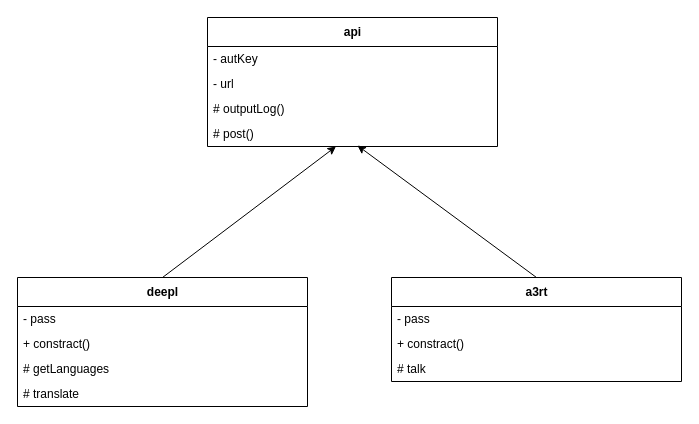
Earlier version of the draw.io diagram problem/problem-8/クラス図.drawio (yuuuuuuuuta-ishi/laravel-practice). Source tidied: cells renumbered, new cells numbered last; positions are measured from the earlier drawing's top-left corner, leaving out a move shared by most shapes. Both pictures are drawn from the tidied source at 100%, with x=0, y=0 at pixel (17, 17).
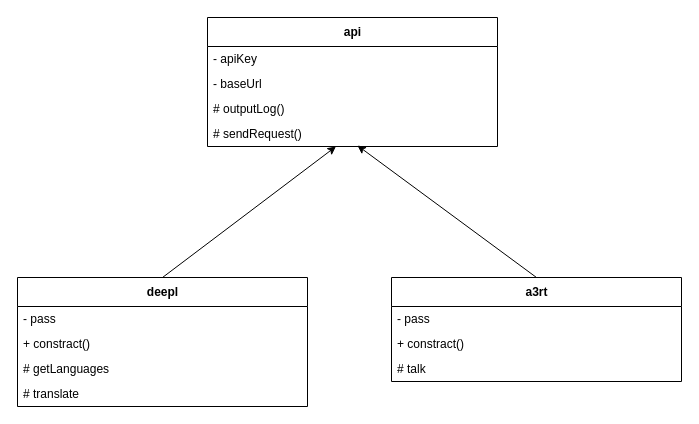
The same page after the edit.

What changed in the source:
```diff
@@
 <mxGraphModel>
   <root>
     <mxCell id="0" />
     <mxCell id="1" parent="0" />
     <mxCell id="2" value="api" style="swimlane;fontStyle=1;align=center;verticalAlign=middle;horizontal=1;startSize=29;html=1;" parent="1" vertex="1">
       <mxGeometry x="190" width="290" height="129" as="geometry" />
     </mxCell>
-    <mxCell id="3" value="- autKey" style="text;html=1;strokeColor=none;fillColor=none;align=left;verticalAlign=middle;spacingLeft=4;spacingRight=4;overflow=hidden;" parent="2" vertex="1">
+    <mxCell id="3" value="- apiKey" style="text;html=1;strokeColor=none;fillColor=none;align=left;verticalAlign=middle;spacingLeft=4;spacingRight=4;overflow=hidden;" parent="2" vertex="1">
       <mxGeometry y="29" width="290" height="25" as="geometry" />
     </mxCell>
-    <mxCell id="4" value="- url" style="text;html=1;strokeColor=none;fillColor=none;align=left;verticalAlign=middle;spacingLeft=4;spacingRight=4;overflow=hidden;" parent="2" vertex="1">
+    <mxCell id="4" value="- baseUrl" style="text;html=1;strokeColor=none;fillColor=none;align=left;verticalAlign=middle;spacingLeft=4;spacingRight=4;overflow=hidden;" parent="2" vertex="1">
       <mxGeometry y="54" width="290" height="25" as="geometry" />
     </mxCell>
     <mxCell id="5" value="# outputLog()" style="text;html=1;strokeColor=none;fillColor=none;align=left;verticalAlign=middle;spacingLeft=4;spacingRight=4;overflow=hidden;" parent="2" vertex="1">
       <mxGeometry y="79" width="290" height="25" as="geometry" />
     </mxCell>
-    <mxCell id="6" value="# post()" style="text;html=1;strokeColor=none;fillColor=none;align=left;verticalAlign=middle;spacingLeft=4;spacingRight=4;overflow=hidden;points=[[0,0.5],[1,0.5]];portConstraint=eastwest;" parent="2" vertex="1">
+    <mxCell id="6" value="# sendRequest()" style="text;html=1;strokeColor=none;fillColor=none;align=left;verticalAlign=middle;spacingLeft=4;spacingRight=4;overflow=hidden;points=[[0,0.5],[1,0.5]];portConstraint=eastwest;" parent="2" vertex="1">
       <mxGeometry y="104" width="290" height="25" as="geometry" />
     </mxCell>
     <mxCell id="7" value="deepl" style="swimlane;fontStyle=1;align=center;verticalAlign=middle;horizontal=1;startSize=29;html=1;" parent="1" vertex="1">
       <mxGeometry y="260" width="290" height="129" as="geometry" />
     </mxCell>
     <mxCell id="8" value="- pass" style="text;html=1;strokeColor=none;fillColor=none;align=left;verticalAlign=middle;spacingLeft=4;spacingRight=4;overflow=hidden;" parent="7" vertex="1">
       <mxGeometry y="29" width="290" height="25" as="geometry" />
     </mxCell>
     <mxCell id="9" value="+ constract()" style="text;html=1;strokeColor=none;fillColor=none;align=left;verticalAlign=middle;spacingLeft=4;spacingRight=4;overflow=hidden;" parent="7" vertex="1">
       <mxGeometry y="54" width="290" height="25" as="geometry" />
     </mxCell>
     <mxCell id="10" value="# getLanguages" style="text;html=1;strokeColor=none;fillColor=none;align=left;verticalAlign=middle;spacingLeft=4;spacingRight=4;overflow=hidden;" parent="7" vertex="1">
       <mxGeometry y="79" width="290" height="25" as="geometry" />
     </mxCell>
     <mxCell id="11" value="#&amp;nbsp;translate" style="text;html=1;strokeColor=none;fillColor=none;align=left;verticalAlign=middle;spacingLeft=4;spacingRight=4;overflow=hidden;" parent="7" vertex="1">
       <mxGeometry y="104" width="290" height="25" as="geometry" />
     </mxCell>
     <mxCell id="12" value="a3rt" style="swimlane;fontStyle=1;align=center;verticalAlign=middle;horizontal=1;startSize=29;html=1;" parent="1" vertex="1">
       <mxGeometry x="374" y="260" width="290" height="104" as="geometry" />
     </mxCell>
     <mxCell id="13" value="- pass" style="text;html=1;strokeColor=none;fillColor=none;align=left;verticalAlign=middle;spacingLeft=4;spacingRight=4;overflow=hidden;" parent="12" vertex="1">
       <mxGeometry y="29" width="290" height="25" as="geometry" />
     </mxCell>
     <mxCell id="14" value="+ constract()" style="text;html=1;strokeColor=none;fillColor=none;align=left;verticalAlign=middle;spacingLeft=4;spacingRight=4;overflow=hidden;" parent="12" vertex="1">
       <mxGeometry y="54" width="290" height="25" as="geometry" />
     </mxCell>
     <mxCell id="15" value="# talk" style="text;html=1;strokeColor=none;fillColor=none;align=left;verticalAlign=middle;spacingLeft=4;spacingRight=4;overflow=hidden;" parent="12" vertex="1">
       <mxGeometry y="79" width="290" height="25" as="geometry" />
     </mxCell>
     <mxCell id="16" style="endArrow=classic;html=1;exitX=0.5;exitY=0;exitDx=0;exitDy=0;" parent="1" edge="1" source="7" target="6">
       <mxGeometry relative="1" as="geometry" />
     </mxCell>
     <mxCell id="17" style="endArrow=classic;html=1;exitX=0.5;exitY=0;exitDx=0;exitDy=0;entryX=0.517;entryY=0.96;entryDx=0;entryDy=0;entryPerimeter=0;" parent="1" edge="1" source="12" target="6">
       <mxGeometry relative="1" as="geometry" />
     </mxCell>
   </root>
 </mxGraphModel>
```
